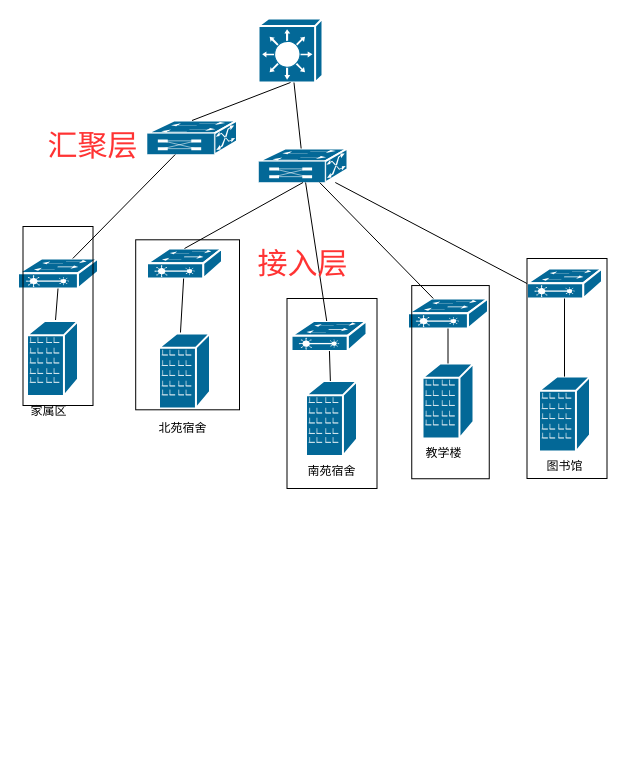
The draw.io diagram aka.drawio in Ray-778/quiet, before the edit. Source tidied: cells renumbered, new cells numbered last; positions are measured from the earlier drawing's top-left corner, leaving out a move shared by most shapes. Both pictures are drawn from the tidied source at 100%, with x=0, y=0 at pixel (-32, 18).
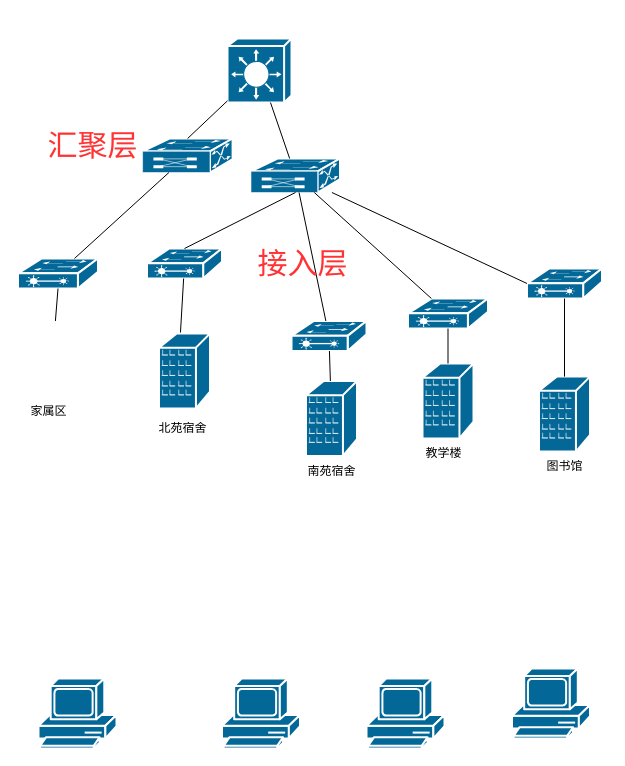
The same page after the edit.

Unchanged cells that the change refers to:
```xml
<mxCell id="2" style="shape=mxgraph.cisco.switches.layer_2_remote_switch;sketch=0;html=1;dashed=0;fillColor=#036897;strokeColor=#ffffff;strokeWidth=2;verticalLabelPosition=bottom;verticalAlign=top;align=center;outlineConnect=0;" parent="1" vertex="1">
  <mxGeometry x="49.5" y="240" width="80" height="30" as="geometry" />
</mxCell>
```

What changed in the source:
```diff
@@
     <mxCell id="3" style="shape=mxgraph.cisco.switches.multiswitch_device;sketch=0;html=1;dashed=0;fillColor=#036897;strokeColor=#ffffff;strokeWidth=2;verticalLabelPosition=bottom;verticalAlign=top;align=center;outlineConnect=0;" parent="1" vertex="1">
-      <mxGeometry x="178.5" y="102" width="90" height="34" as="geometry" />
+      <mxGeometry x="174.1" y="120" width="90" height="34" as="geometry" />
     </mxCell>
@@
     <mxCell id="5" style="shape=mxgraph.cisco.switches.multiswitch_device;sketch=0;html=1;dashed=0;fillColor=#036897;strokeColor=#ffffff;strokeWidth=2;verticalLabelPosition=bottom;verticalAlign=top;align=center;outlineConnect=0;" parent="1" vertex="1">
-      <mxGeometry x="290" y="130" width="89" height="34" as="geometry" />
+      <mxGeometry x="282.5" y="140" width="89" height="34" as="geometry" />
     </mxCell>
@@
-    <mxCell id="8" style="endArrow=none;html=1;rounded=0;entryX=0.5;entryY=1;entryDx=0;entryDy=0;entryPerimeter=0;startArrow=none;" parent="1" edge="1" source="15" target="2">
-      <mxGeometry relative="1" as="geometry" />
+    <mxCell id="8" style="endArrow=none;html=1;rounded=0;entryX=0.5;entryY=1;entryDx=0;entryDy=0;entryPerimeter=0;startArrow=none;" parent="1" edge="1" target="2">
+      <mxGeometry relative="1" as="geometry">
+        <mxPoint x="86.9" y="302.5" as="sourcePoint" />
+      </mxGeometry>
     </mxCell>
@@
-    <mxCell id="15" style="shape=mxgraph.cisco.buildings.branch_office;sketch=0;html=1;dashed=0;fillColor=#036897;strokeColor=#ffffff;strokeWidth=2;verticalLabelPosition=bottom;verticalAlign=top;align=center;outlineConnect=0;" parent="1" vertex="1">
-      <mxGeometry x="58.5" y="302.5" width="51" height="75" as="geometry" />
-    </mxCell>
@@
-    <mxCell id="29" style="whiteSpace=wrap;html=1;fillColor=none;rotation=90;" parent="1" vertex="1">
-      <mxGeometry x="134.1" y="254.4" width="170" height="103.8" as="geometry" />
-    </mxCell>
-    <mxCell id="30" style="whiteSpace=wrap;html=1;fillColor=none;rotation=90;" parent="1" vertex="1">
-      <mxGeometry y="262.5" width="179" height="70" as="geometry" />
-    </mxCell>
-    <mxCell id="31" style="whiteSpace=wrap;html=1;fillColor=none;" parent="1" vertex="1">
-      <mxGeometry x="318.5" y="280" width="90" height="190" as="geometry" />
-    </mxCell>
-    <mxCell id="32" style="whiteSpace=wrap;html=1;fillColor=none;rotation=90;" parent="1" vertex="1">
-      <mxGeometry x="385.4" y="324.9" width="193.2" height="77.5" as="geometry" />
-    </mxCell>
-    <mxCell id="33" style="whiteSpace=wrap;html=1;fillColor=none;" parent="1" vertex="1">
-      <mxGeometry x="558.5" y="240" width="80" height="220" as="geometry" />
-    </mxCell>
@@
     <mxCell id="36" style="shape=mxgraph.cisco.switches.layer_3_switch;sketch=0;html=1;dashed=0;fillColor=#036897;strokeColor=#ffffff;strokeWidth=2;verticalLabelPosition=bottom;verticalAlign=top;align=center;outlineConnect=0;fontSize=30;fontColor=#FF3333;" parent="1" vertex="1">
-      <mxGeometry x="290" width="64" height="64" as="geometry" />
+      <mxGeometry x="259" y="20" width="64" height="64" as="geometry" />
     </mxCell>
-    <mxCell id="37" style="endArrow=none;html=1;rounded=0;fontSize=30;fontColor=#FF3333;exitX=0.5;exitY=0;exitDx=0;exitDy=0;exitPerimeter=0;entryX=0.5;entryY=1;entryDx=0;entryDy=0;entryPerimeter=0;" parent="1" edge="1" source="3" target="36">
+    <mxCell id="37" style="endArrow=none;html=1;rounded=0;fontSize=30;fontColor=#FF3333;exitX=0.5;exitY=0;exitDx=0;exitDy=0;exitPerimeter=0;" parent="1" edge="1" source="3" target="36">
       <mxGeometry relative="1" as="geometry" />
     </mxCell>
@@
+    <mxCell id="39" style="shape=mxgraph.cisco.computers_and_peripherals.pc;sketch=0;html=1;dashed=0;fillColor=#036897;strokeColor=#ffffff;strokeWidth=2;verticalLabelPosition=bottom;verticalAlign=top;align=center;fontSize=30;fontColor=#FF3333;" parent="1" vertex="1">
+      <mxGeometry x="70" y="660" width="78" height="70" as="geometry" />
+    </mxCell>
+    <mxCell id="40" style="shape=mxgraph.cisco.computers_and_peripherals.pc;sketch=0;html=1;dashed=0;fillColor=#036897;strokeColor=#ffffff;strokeWidth=2;verticalLabelPosition=bottom;verticalAlign=top;align=center;fontSize=30;fontColor=#FF3333;" parent="1" vertex="1">
+      <mxGeometry x="253.5" y="660" width="78" height="70" as="geometry" />
+    </mxCell>
+    <mxCell id="41" style="shape=mxgraph.cisco.computers_and_peripherals.pc;sketch=0;html=1;dashed=0;fillColor=#036897;strokeColor=#ffffff;strokeWidth=2;verticalLabelPosition=bottom;verticalAlign=top;align=center;fontSize=30;fontColor=#FF3333;" parent="1" vertex="1">
+      <mxGeometry x="398" y="660" width="78" height="70" as="geometry" />
+    </mxCell>
+    <mxCell id="42" style="shape=mxgraph.cisco.computers_and_peripherals.pc;sketch=0;html=1;dashed=0;fillColor=#036897;strokeColor=#ffffff;strokeWidth=2;verticalLabelPosition=bottom;verticalAlign=top;align=center;fontSize=30;fontColor=#FF3333;" parent="1" vertex="1">
+      <mxGeometry x="543.5" y="650" width="78" height="70" as="geometry" />
+    </mxCell>
```
